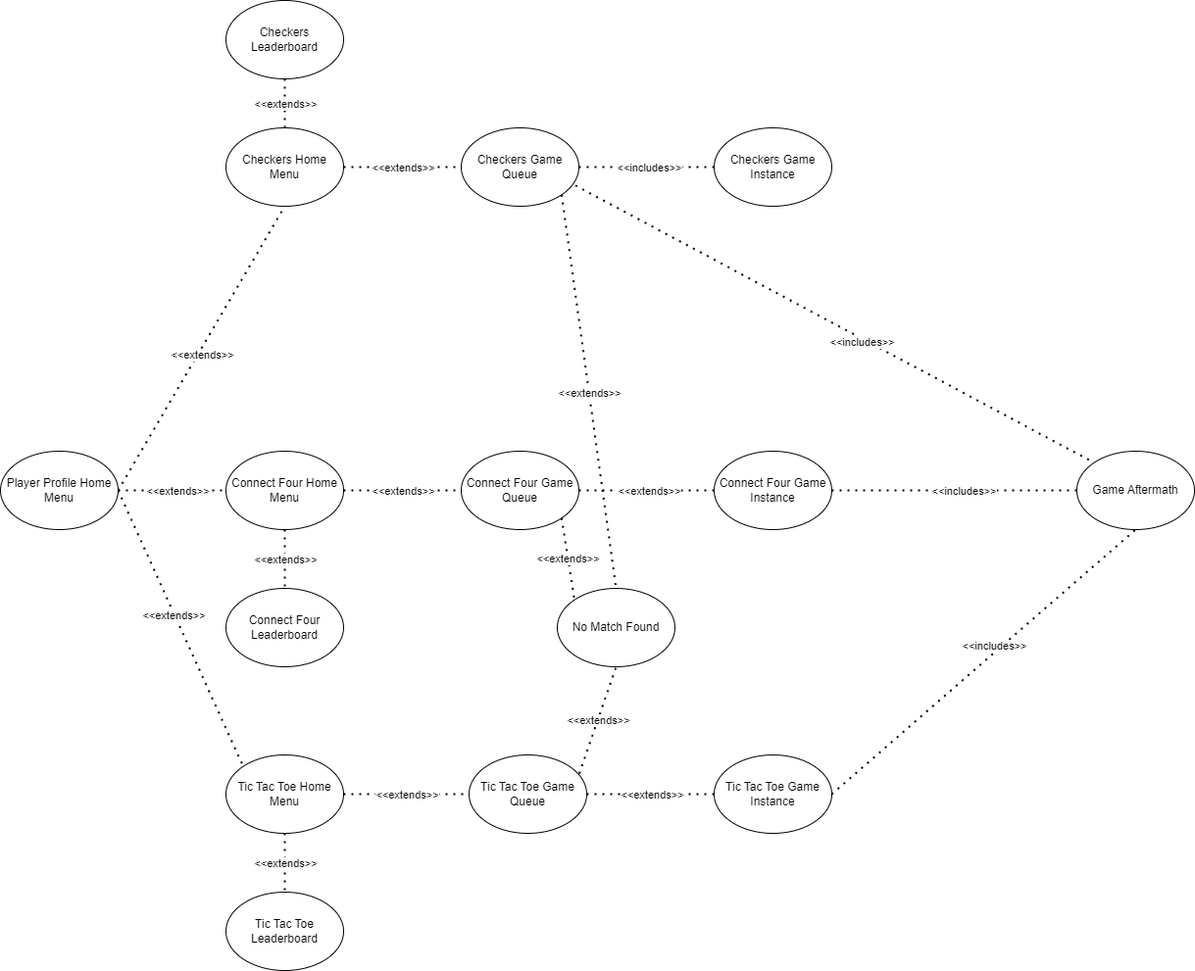
Before: Iteration_1/Use_Cases/useCaseDiagramForGameQueues.drawio.png, a diagram exported from draw.io (m-yoon02/Condensation). Source tidied: cells renumbered, new cells last; positions are measured from the earlier drawing's top-left corner, leaving out a move shared by most shapes.
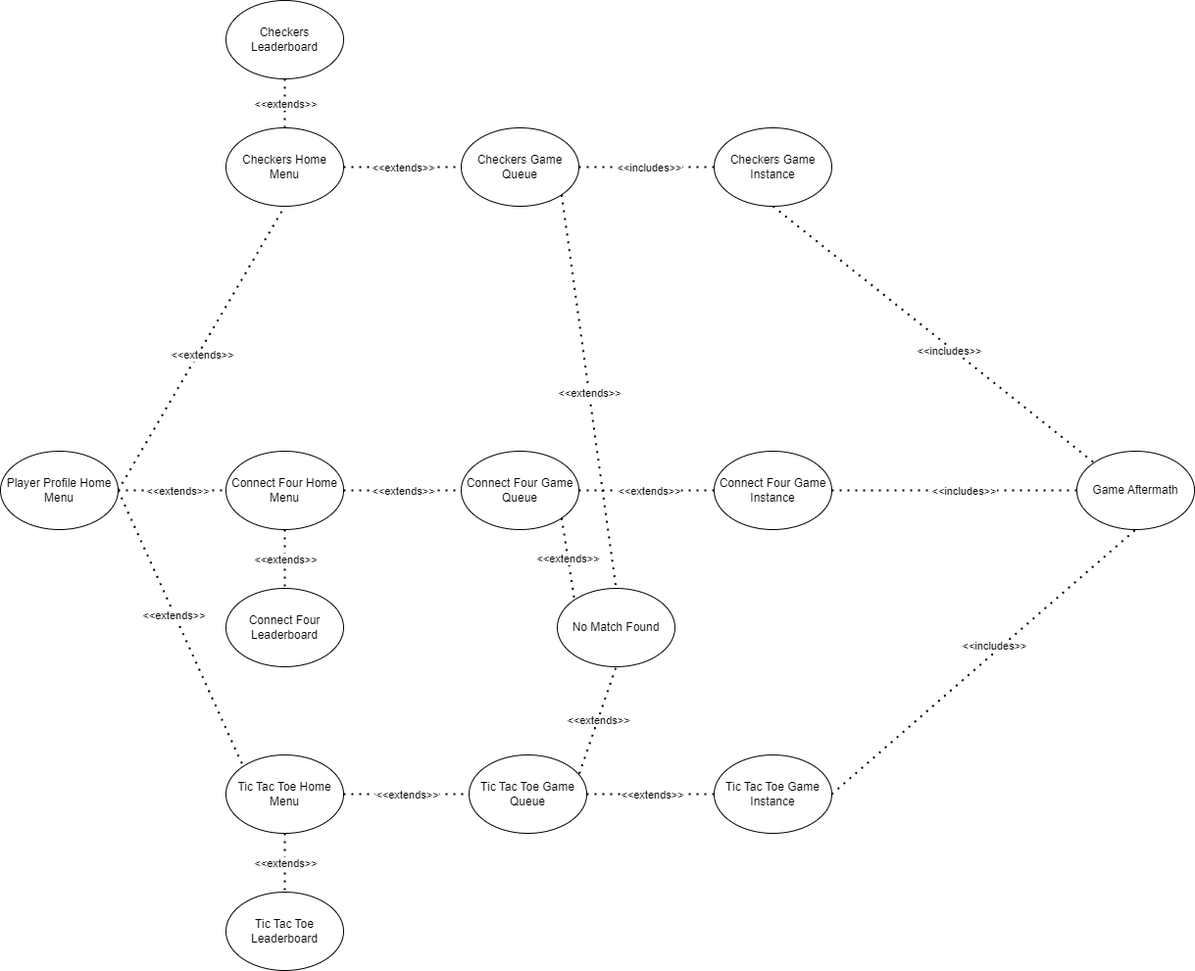
After the change.

Commit message:
Fixed a small error with the relationships

The edit, as a diff of the source:
```diff
@@ -149,7 +149,7 @@
     <mxCell id="46" value="&amp;lt;&amp;lt;extends&amp;gt;&amp;gt;" style="edgeLabel;html=1;align=center;verticalAlign=middle;" parent="45" vertex="1">
       <mxGeometry relative="1" as="geometry" />
     </mxCell>
-    <mxCell id="47" style="endArrow=none;dashed=1;html=1;dashPattern=1 3;strokeWidth=2;rounded=0;exitX=0.971;exitY=0.735;exitDx=0;exitDy=0;entryX=0;entryY=0;entryDx=0;entryDy=0;exitPerimeter=0;" parent="1" edge="1" source="6" target="16">
+    <mxCell id="47" style="endArrow=none;dashed=1;html=1;dashPattern=1 3;strokeWidth=2;rounded=0;exitX=0.5;exitY=1;exitDx=0;exitDy=0;entryX=0;entryY=0;entryDx=0;entryDy=0;" parent="1" edge="1" source="12" target="16">
       <mxGeometry relative="1" as="geometry" />
     </mxCell>
     <mxCell id="48" value="&amp;lt;&amp;lt;includes&amp;gt;&amp;gt;" style="edgeLabel;html=1;align=center;verticalAlign=middle;" parent="47" vertex="1">
```
